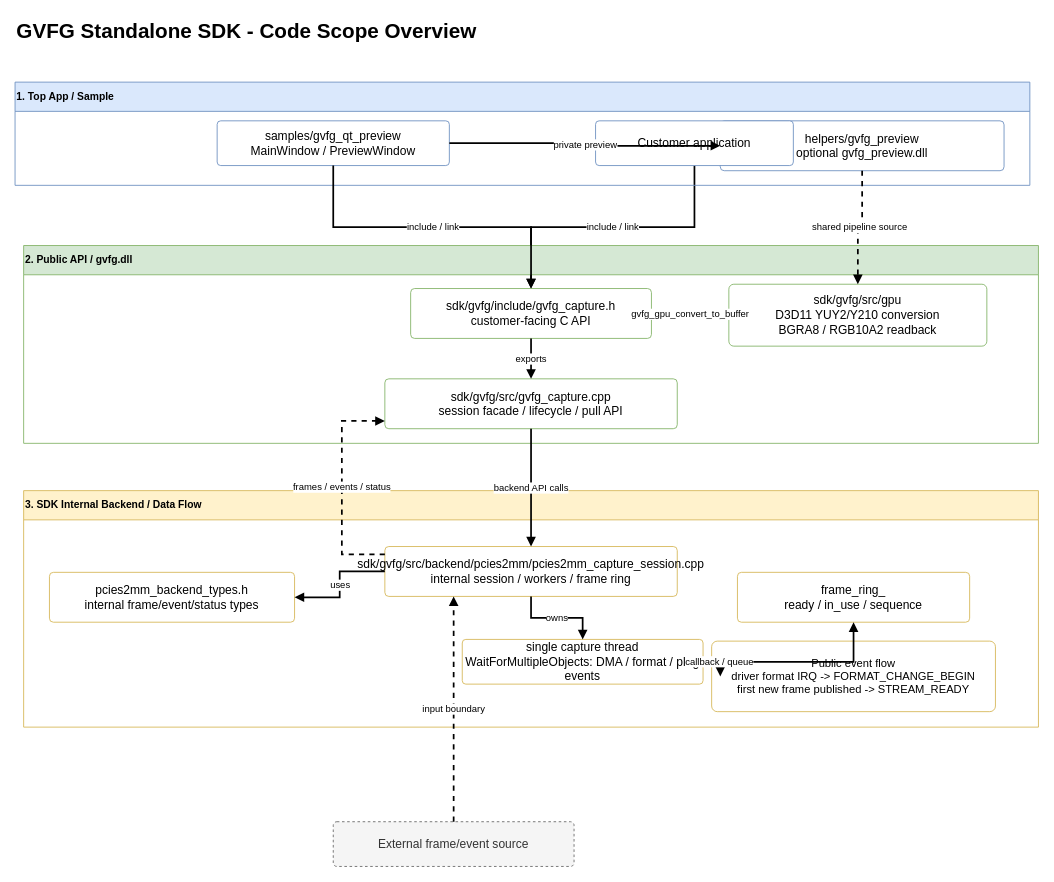
Earlier version of the draw.io diagram docs/GVFG_ARCHITECTURE_OVERVIEW.drawio (MarquezLin/GVFG_Standalone). Source tidied: cells renumbered, new cells numbered last; positions are measured from the earlier drawing's top-left corner, leaving out a move shared by most shapes. Both pictures are drawn from the tidied source at 86%, with x=0, y=0 at pixel (15, 15).
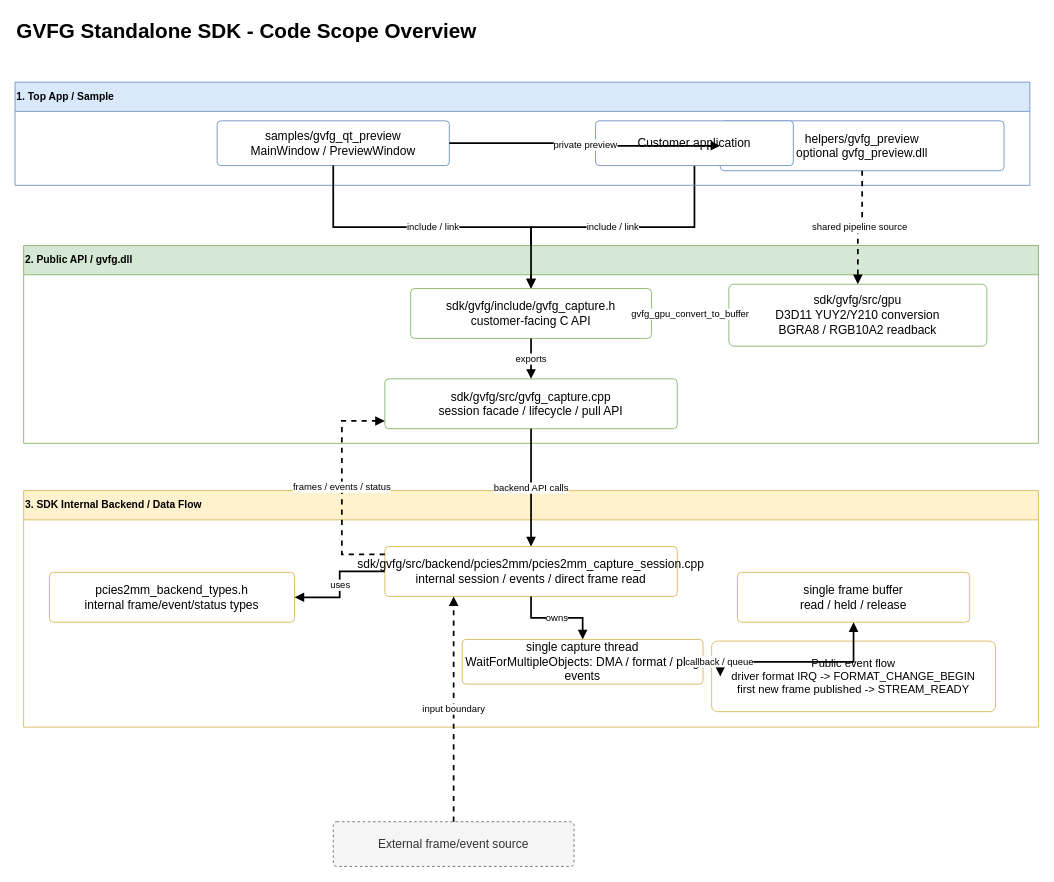
The same page after the edit.

Unchanged cells that the change refers to:
```xml
<mxCell id="9" value="3. SDK Internal Backend / Data Flow" style="swimlane;html=1;startSize=34;horizontal=1;fillColor=#fff2cc;strokeColor=#d6b656;fontStyle=1;align=left;" parent="1" vertex="1">
  <mxGeometry x="10" y="553" width="1180" height="275" as="geometry" />
</mxCell>
```

What changed in the source:
```diff
@@
-    <mxCell id="12" value="sdk/gvfg/src/backend/pcies2mm/pcies2mm_capture_session.cpp&lt;br&gt;internal session / workers / frame ring" style="rounded=1;whiteSpace=wrap;html=1;arcSize=8;fillColor=#ffffff;strokeColor=#d6b656;fontSize=14;" parent="9" vertex="1">
+    <mxCell id="12" value="sdk/gvfg/src/backend/pcies2mm/pcies2mm_capture_session.cpp&lt;br&gt;internal session / events / direct frame read" style="rounded=1;whiteSpace=wrap;html=1;arcSize=8;fillColor=#ffffff;strokeColor=#d6b656;fontSize=14;" parent="9" vertex="1">
       <mxGeometry x="420" y="65" width="340" height="58" as="geometry" />
     </mxCell>
@@
-    <mxCell id="18" value="frame_ring_&lt;br&gt;ready / in_use / sequence" style="rounded=1;whiteSpace=wrap;html=1;arcSize=8;fillColor=#ffffff;strokeColor=#d6b656;fontSize=14;" parent="1" vertex="1">
+    <mxCell id="18" value="single frame buffer&lt;br&gt;read / held / release" style="rounded=1;whiteSpace=wrap;html=1;arcSize=8;fillColor=#ffffff;strokeColor=#d6b656;fontSize=14;" parent="1" vertex="1">
       <mxGeometry x="840" y="648" width="270" height="58" as="geometry" />
     </mxCell>
```
